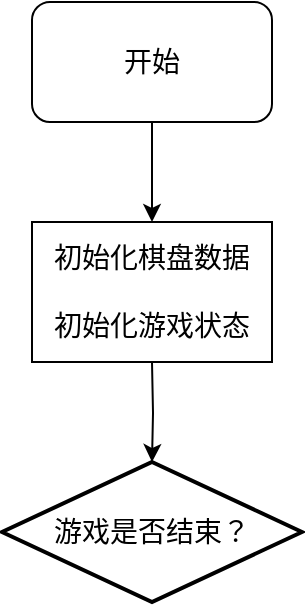
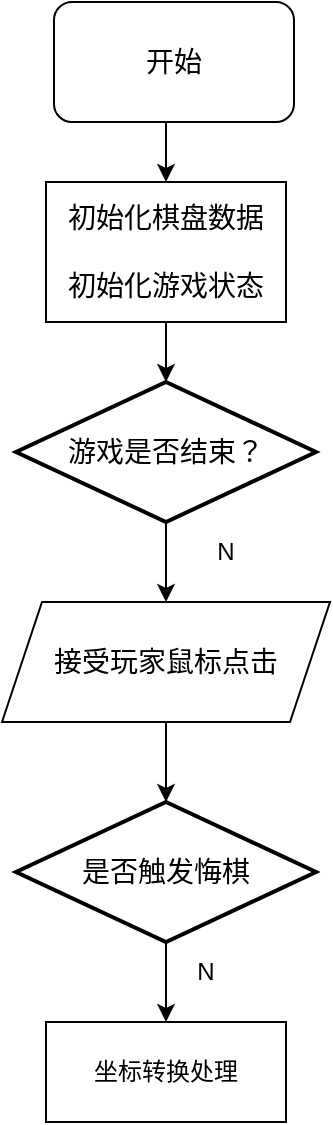
<mxfile host="app.diagrams.net">
  <diagram name="Page-1" id="Ut53iUmTTLsHKbGdxMO9">
    <mxGraphModel dx="2054" dy="1198" grid="1" gridSize="10" guides="1" tooltips="1" connect="1" arrows="1" fold="1" page="1" pageScale="1" pageWidth="827" pageHeight="1169" math="0" shadow="0">
      <root>
        <mxCell id="0" />
        <mxCell id="1" parent="0" />
+         <mxCell id="LBzLqDpE-ghOYlSVNWWL-11" edge="1" parent="1" source="LBzLqDpE-ghOYlSVNWWL-4" style="edgeStyle=orthogonalEdgeStyle;rounded=0;orthogonalLoop=1;jettySize=auto;html=1;exitX=0.5;exitY=1;exitDx=0;exitDy=0;exitPerimeter=0;entryX=0.5;entryY=0;entryDx=0;entryDy=0;" target="LBzLqDpE-ghOYlSVNWWL-9">
+           <mxGeometry relative="1" as="geometry" />
+         </mxCell>
        <mxCell id="LBzLqDpE-ghOYlSVNWWL-4" parent="1" style="strokeWidth=2;html=1;shape=mxgraph.flowchart.decision;whiteSpace=wrap;" value="&lt;font style=&quot;font-size: 14px;&quot;&gt;游戏是否结束？&lt;/font&gt;" vertex="1">
-           <mxGeometry height="70" width="150" x="339" y="250" as="geometry" />
+           <mxGeometry height="70" width="150" x="215" y="210" as="geometry" />
        </mxCell>
-         <mxCell id="LBzLqDpE-ghOYlSVNWWL-5" edge="1" parent="1" style="edgeStyle=orthogonalEdgeStyle;rounded=0;orthogonalLoop=1;jettySize=auto;html=1;exitX=0.5;exitY=1;exitDx=0;exitDy=0;entryX=0.5;entryY=0;entryDx=0;entryDy=0;entryPerimeter=0;" target="LBzLqDpE-ghOYlSVNWWL-4">
+         <mxCell id="LBzLqDpE-ghOYlSVNWWL-5" edge="1" parent="1" source="LBzLqDpE-ghOYlSVNWWL-6" style="edgeStyle=orthogonalEdgeStyle;rounded=0;orthogonalLoop=1;jettySize=auto;html=1;exitX=0.5;exitY=1;exitDx=0;exitDy=0;entryX=0.5;entryY=0;entryDx=0;entryDy=0;entryPerimeter=0;" target="LBzLqDpE-ghOYlSVNWWL-4">
          <mxGeometry relative="1" as="geometry">
            <mxPoint x="414" y="200" as="sourcePoint" />
          </mxGeometry>
        </mxCell>
        <mxCell id="LBzLqDpE-ghOYlSVNWWL-6" parent="1" style="rounded=0;whiteSpace=wrap;html=1;" value="&lt;font style=&quot;font-size: 14px;&quot;&gt;初始化棋盘数据&lt;/font&gt;&lt;div&gt;&lt;font style=&quot;font-size: 14px;&quot;&gt;&lt;br&gt;&lt;/font&gt;&lt;/div&gt;&lt;div&gt;&lt;font style=&quot;font-size: 14px;&quot;&gt;初始化游戏状态&lt;/font&gt;&lt;/div&gt;" vertex="1">
-           <mxGeometry height="70" width="120" x="354" y="130" as="geometry" />
+           <mxGeometry height="70" width="120" x="230" y="110" as="geometry" />
        </mxCell>
        <mxCell id="LBzLqDpE-ghOYlSVNWWL-8" edge="1" parent="1" source="LBzLqDpE-ghOYlSVNWWL-7" style="edgeStyle=orthogonalEdgeStyle;rounded=0;orthogonalLoop=1;jettySize=auto;html=1;exitX=0.5;exitY=1;exitDx=0;exitDy=0;entryX=0.5;entryY=0;entryDx=0;entryDy=0;" target="LBzLqDpE-ghOYlSVNWWL-6">
          <mxGeometry relative="1" as="geometry" />
        </mxCell>
        <mxCell id="LBzLqDpE-ghOYlSVNWWL-7" parent="1" style="rounded=1;whiteSpace=wrap;html=1;" value="&lt;font style=&quot;font-size: 14px;&quot;&gt;开始&lt;/font&gt;" vertex="1">
-           <mxGeometry height="60" width="120" x="354" y="20" as="geometry" />
+           <mxGeometry height="60" width="120" x="234" y="20" as="geometry" />
+         </mxCell>
+         <mxCell id="LBzLqDpE-ghOYlSVNWWL-9" parent="1" style="shape=parallelogram;perimeter=parallelogramPerimeter;whiteSpace=wrap;html=1;fixedSize=1;" value="&lt;font style=&quot;font-size: 14px;&quot;&gt;接受玩家鼠标点击&lt;/font&gt;" vertex="1">
+           <mxGeometry height="60" width="164" x="208" y="320" as="geometry" />
+         </mxCell>
+         <mxCell id="LBzLqDpE-ghOYlSVNWWL-12" parent="1" style="text;html=1;whiteSpace=wrap;strokeColor=none;fillColor=none;align=center;verticalAlign=middle;rounded=0;" value="N" vertex="1">
+           <mxGeometry height="30" width="60" x="290" y="280" as="geometry" />
+         </mxCell>
+         <mxCell id="LBzLqDpE-ghOYlSVNWWL-16" edge="1" parent="1" source="LBzLqDpE-ghOYlSVNWWL-13" style="edgeStyle=orthogonalEdgeStyle;rounded=0;orthogonalLoop=1;jettySize=auto;html=1;exitX=0.5;exitY=1;exitDx=0;exitDy=0;exitPerimeter=0;entryX=0.5;entryY=0;entryDx=0;entryDy=0;" target="LBzLqDpE-ghOYlSVNWWL-15">
+           <mxGeometry relative="1" as="geometry" />
+         </mxCell>
+         <mxCell id="LBzLqDpE-ghOYlSVNWWL-13" parent="1" style="strokeWidth=2;html=1;shape=mxgraph.flowchart.decision;whiteSpace=wrap;" value="&lt;font style=&quot;font-size: 14px;&quot;&gt;是否触发悔棋&lt;/font&gt;" vertex="1">
+           <mxGeometry height="70" width="150" x="215" y="420" as="geometry" />
+         </mxCell>
+         <mxCell id="LBzLqDpE-ghOYlSVNWWL-14" edge="1" parent="1" source="LBzLqDpE-ghOYlSVNWWL-9" style="edgeStyle=orthogonalEdgeStyle;rounded=0;orthogonalLoop=1;jettySize=auto;html=1;exitX=0.5;exitY=1;exitDx=0;exitDy=0;entryX=0.5;entryY=0;entryDx=0;entryDy=0;entryPerimeter=0;" target="LBzLqDpE-ghOYlSVNWWL-13">
+           <mxGeometry relative="1" as="geometry" />
+         </mxCell>
+         <mxCell id="LBzLqDpE-ghOYlSVNWWL-15" parent="1" style="rounded=0;whiteSpace=wrap;html=1;" value="坐标转换处理" vertex="1">
+           <mxGeometry height="50" width="120" x="230" y="530" as="geometry" />
+         </mxCell>
+         <mxCell id="LBzLqDpE-ghOYlSVNWWL-17" parent="1" style="text;html=1;whiteSpace=wrap;strokeColor=none;fillColor=none;align=center;verticalAlign=middle;rounded=0;" value="N" vertex="1">
+           <mxGeometry height="30" width="60" x="280" y="490" as="geometry" />
        </mxCell>
      </root>
    </mxGraphModel>
  </diagram>
</mxfile>
